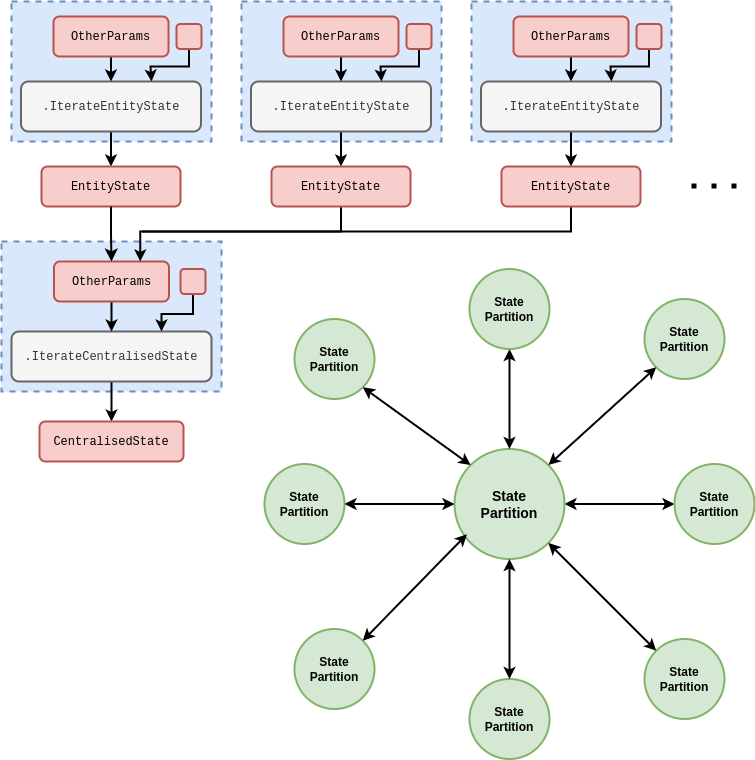
Before: assets/dexetera/dexetera-star-state-partition-graph.drawio.png, a diagram exported from draw.io (umbralcalc/umbralcalc.github.io). Source tidied: cells renumbered, new cells last; positions are measured from the earlier drawing's top-left corner, leaving out a move shared by most shapes.
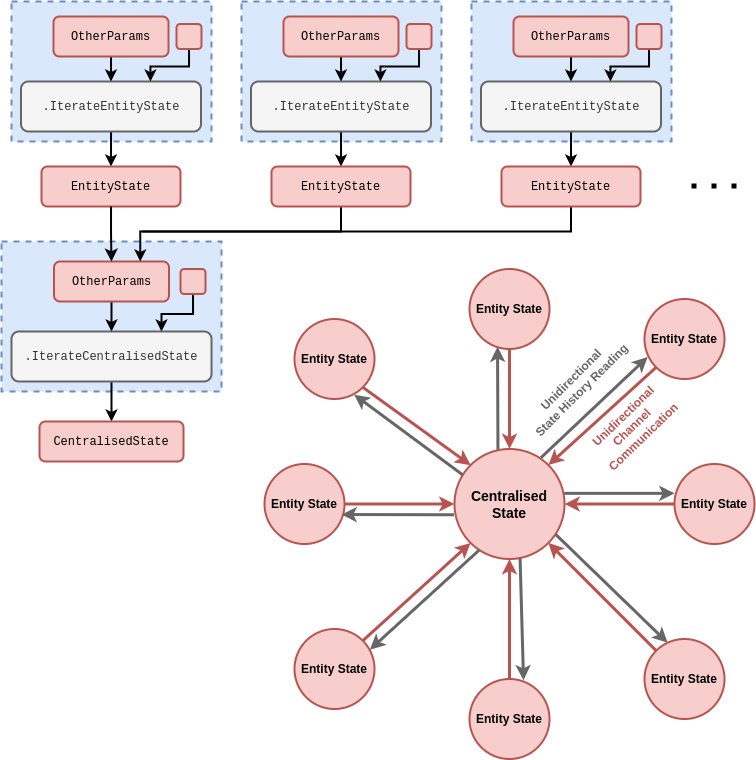
The same diagram one commit later.

Commit message:
Updated the graph computations

Diff of the diagram source:
```diff
@@ -2,55 +2,55 @@
   <root>
     <mxCell id="0" />
     <mxCell id="1" parent="0" />
-    <mxCell id="2" style="edgeStyle=orthogonalEdgeStyle;rounded=0;jettySize=auto;html=1;entryX=0;entryY=0.5;entryDx=0;entryDy=0;strokeWidth=2;startArrow=classic;startFill=1;" parent="1" edge="1" source="3" target="18">
+    <mxCell id="2" style="edgeStyle=orthogonalEdgeStyle;rounded=0;jettySize=auto;html=1;entryX=0;entryY=0.5;entryDx=0;entryDy=0;strokeWidth=3;startArrow=classic;startFill=1;endArrow=none;endFill=0;fillColor=#f8cecc;strokeColor=#b85450;" parent="1" edge="1" source="3" target="18">
       <mxGeometry relative="1" as="geometry" />
     </mxCell>
-    <mxCell id="3" value="&lt;b style=&quot;&quot;&gt;&lt;font style=&quot;font-size: 14px;&quot; face=&quot;Helvetica&quot;&gt;State&lt;br&gt;Partition&lt;/font&gt;&lt;/b&gt;" style="ellipse;whiteSpace=wrap;html=1;fillColor=#d5e8d4;strokeColor=#82b366;strokeWidth=2;" parent="1" vertex="1">
+    <mxCell id="3" value="&lt;span style=&quot;font-size: 14px;&quot;&gt;&lt;b&gt;Centralised&lt;/b&gt;&lt;/span&gt;&lt;div&gt;&lt;span style=&quot;font-size: 14px;&quot;&gt;&lt;b&gt;State&lt;/b&gt;&lt;/span&gt;&lt;/div&gt;" style="ellipse;whiteSpace=wrap;html=1;fillColor=#f8cecc;strokeColor=#b85450;strokeWidth=2;" parent="1" vertex="1">
       <mxGeometry x="453" y="447.5" width="110" height="110" as="geometry" />
     </mxCell>
-    <mxCell id="4" value="&lt;b style=&quot;&quot;&gt;&lt;font face=&quot;Helvetica&quot;&gt;State&lt;br&gt;Partition&lt;/font&gt;&lt;/b&gt;" style="ellipse;whiteSpace=wrap;html=1;fillColor=#d5e8d4;strokeColor=#82b366;strokeWidth=2;" parent="1" vertex="1">
+    <mxCell id="4" value="&lt;b&gt;Entity State&lt;/b&gt;" style="ellipse;whiteSpace=wrap;html=1;fillColor=#f8cecc;strokeColor=#b85450;strokeWidth=2;" parent="1" vertex="1">
       <mxGeometry x="643" y="637.5" width="80" height="80" as="geometry" />
     </mxCell>
-    <mxCell id="5" value="&lt;b style=&quot;&quot;&gt;&lt;font face=&quot;Helvetica&quot;&gt;State&lt;br&gt;Partition&lt;/font&gt;&lt;/b&gt;" style="ellipse;whiteSpace=wrap;html=1;fillColor=#d5e8d4;strokeColor=#82b366;strokeWidth=2;" parent="1" vertex="1">
+    <mxCell id="5" value="&lt;b&gt;Entity State&lt;/b&gt;" style="ellipse;whiteSpace=wrap;html=1;fillColor=#f8cecc;strokeColor=#b85450;strokeWidth=2;" parent="1" vertex="1">
       <mxGeometry x="293" y="627.5" width="80" height="80" as="geometry" />
     </mxCell>
-    <mxCell id="6" style="endArrow=classic;startArrow=classic;html=1;rounded=0;entryX=0;entryY=0;entryDx=0;entryDy=0;strokeWidth=2;exitX=1;exitY=1;exitDx=0;exitDy=0;" parent="1" edge="1" source="3" target="4">
+    <mxCell id="6" style="endArrow=none;startArrow=classic;html=1;rounded=0;entryX=0;entryY=0;entryDx=0;entryDy=0;strokeWidth=3;exitX=1;exitY=1;exitDx=0;exitDy=0;startFill=1;endFill=0;fillColor=#f8cecc;strokeColor=#b85450;" parent="1" edge="1" source="3" target="4">
       <mxGeometry relative="1" as="geometry" />
     </mxCell>
-    <mxCell id="7" style="endArrow=classic;startArrow=classic;html=1;rounded=0;entryX=0.5;entryY=0;entryDx=0;entryDy=0;strokeWidth=2;" parent="1" edge="1" source="12" target="3">
+    <mxCell id="7" style="endArrow=classic;startArrow=none;html=1;rounded=0;entryX=0.5;entryY=0;entryDx=0;entryDy=0;strokeWidth=3;startFill=0;fillColor=#f8cecc;strokeColor=#b85450;" parent="1" edge="1" source="12" target="3">
       <mxGeometry relative="1" as="geometry" />
     </mxCell>
-    <mxCell id="8" value="&lt;b style=&quot;&quot;&gt;&lt;font face=&quot;Helvetica&quot;&gt;State&lt;br&gt;Partition&lt;/font&gt;&lt;/b&gt;" style="ellipse;whiteSpace=wrap;html=1;fillColor=#d5e8d4;strokeColor=#82b366;strokeWidth=2;" parent="1" vertex="1">
+    <mxCell id="8" value="&lt;b&gt;Entity State&lt;/b&gt;" style="ellipse;whiteSpace=wrap;html=1;fillColor=#f8cecc;strokeColor=#b85450;strokeWidth=2;" parent="1" vertex="1">
       <mxGeometry x="468" y="677.5" width="80" height="80" as="geometry" />
     </mxCell>
-    <mxCell id="9" style="endArrow=classic;startArrow=classic;html=1;rounded=0;entryX=0.5;entryY=1;entryDx=0;entryDy=0;strokeWidth=2;exitX=0.5;exitY=0;exitDx=0;exitDy=0;" parent="1" edge="1" source="8" target="3">
+    <mxCell id="9" style="endArrow=classic;startArrow=none;html=1;rounded=0;entryX=0.5;entryY=1;entryDx=0;entryDy=0;strokeWidth=3;exitX=0.5;exitY=0;exitDx=0;exitDy=0;endFill=1;startFill=0;fillColor=#f8cecc;strokeColor=#b85450;" parent="1" edge="1" source="8" target="3">
       <mxGeometry relative="1" as="geometry" />
     </mxCell>
-    <mxCell id="10" value="&lt;b style=&quot;&quot;&gt;&lt;font face=&quot;Helvetica&quot;&gt;State&lt;br&gt;Partition&lt;/font&gt;&lt;/b&gt;" style="ellipse;whiteSpace=wrap;html=1;fillColor=#d5e8d4;strokeColor=#82b366;strokeWidth=2;" parent="1" vertex="1">
+    <mxCell id="10" value="&lt;b&gt;Entity State&lt;/b&gt;" style="ellipse;whiteSpace=wrap;html=1;fillColor=#f8cecc;strokeColor=#b85450;strokeWidth=2;" parent="1" vertex="1">
       <mxGeometry x="643" y="297.5" width="80" height="80" as="geometry" />
     </mxCell>
-    <mxCell id="11" value="&lt;b style=&quot;&quot;&gt;&lt;font face=&quot;Helvetica&quot;&gt;State&lt;br&gt;Partition&lt;/font&gt;&lt;/b&gt;" style="ellipse;whiteSpace=wrap;html=1;fillColor=#d5e8d4;strokeColor=#82b366;strokeWidth=2;" parent="1" vertex="1">
+    <mxCell id="11" value="&lt;b&gt;Entity State&lt;/b&gt;" style="ellipse;whiteSpace=wrap;html=1;fillColor=#f8cecc;strokeColor=#b85450;strokeWidth=2;" parent="1" vertex="1">
       <mxGeometry x="263" y="462.5" width="80" height="80" as="geometry" />
     </mxCell>
-    <mxCell id="12" value="&lt;b style=&quot;&quot;&gt;&lt;font face=&quot;Helvetica&quot;&gt;State&lt;br&gt;Partition&lt;/font&gt;&lt;/b&gt;" style="ellipse;whiteSpace=wrap;html=1;fillColor=#d5e8d4;strokeColor=#82b366;strokeWidth=2;" parent="1" vertex="1">
+    <mxCell id="12" value="&lt;b&gt;Entity State&lt;/b&gt;" style="ellipse;whiteSpace=wrap;html=1;fillColor=#f8cecc;strokeColor=#b85450;strokeWidth=2;" parent="1" vertex="1">
       <mxGeometry x="468" y="267.5" width="80" height="80" as="geometry" />
     </mxCell>
-    <mxCell id="13" style="endArrow=classic;startArrow=classic;html=1;rounded=0;entryX=1;entryY=0;entryDx=0;entryDy=0;strokeWidth=2;exitX=0;exitY=1;exitDx=0;exitDy=0;" parent="1" edge="1" source="10" target="3">
+    <mxCell id="13" style="endArrow=classic;startArrow=none;html=1;rounded=0;entryX=1;entryY=0;entryDx=0;entryDy=0;strokeWidth=3;exitX=0;exitY=1;exitDx=0;exitDy=0;startFill=0;fillColor=#f8cecc;strokeColor=#b85450;" parent="1" edge="1" source="10" target="3">
       <mxGeometry relative="1" as="geometry" />
     </mxCell>
-    <mxCell id="14" style="endArrow=classic;startArrow=classic;html=1;rounded=0;entryX=0;entryY=0.5;entryDx=0;entryDy=0;strokeWidth=2;" parent="1" edge="1" source="11" target="3">
+    <mxCell id="14" style="endArrow=classic;startArrow=none;html=1;rounded=0;entryX=0;entryY=0.5;entryDx=0;entryDy=0;strokeWidth=3;startFill=0;fillColor=#f8cecc;strokeColor=#b85450;" parent="1" edge="1" source="11" target="3">
       <mxGeometry relative="1" as="geometry" />
     </mxCell>
-    <mxCell id="15" value="&lt;b style=&quot;&quot;&gt;&lt;font face=&quot;Helvetica&quot;&gt;State&lt;br&gt;Partition&lt;/font&gt;&lt;/b&gt;" style="ellipse;whiteSpace=wrap;html=1;fillColor=#d5e8d4;strokeColor=#82b366;strokeWidth=2;" parent="1" vertex="1">
+    <mxCell id="15" value="&lt;b&gt;Entity State&lt;/b&gt;" style="ellipse;whiteSpace=wrap;html=1;fillColor=#f8cecc;strokeColor=#b85450;strokeWidth=2;" parent="1" vertex="1">
       <mxGeometry x="293" y="317.5" width="80" height="80" as="geometry" />
     </mxCell>
-    <mxCell id="16" style="endArrow=classic;startArrow=classic;html=1;rounded=0;entryX=1;entryY=0;entryDx=0;entryDy=0;strokeWidth=2;exitX=0.113;exitY=0.775;exitDx=0;exitDy=0;exitPerimeter=0;" parent="1" edge="1" source="3" target="5">
+    <mxCell id="16" style="endArrow=none;startArrow=classic;html=1;rounded=0;entryX=1;entryY=0;entryDx=0;entryDy=0;strokeWidth=3;exitX=0;exitY=1;exitDx=0;exitDy=0;startFill=1;endFill=0;fillColor=#f8cecc;strokeColor=#b85450;" parent="1" edge="1" source="3" target="5">
       <mxGeometry relative="1" as="geometry" />
     </mxCell>
-    <mxCell id="17" style="endArrow=classic;startArrow=classic;html=1;rounded=0;entryX=0;entryY=0;entryDx=0;entryDy=0;strokeWidth=2;exitX=1;exitY=1;exitDx=0;exitDy=0;" parent="1" edge="1" source="15" target="3">
+    <mxCell id="17" style="endArrow=classic;startArrow=none;html=1;rounded=0;entryX=0;entryY=0;entryDx=0;entryDy=0;strokeWidth=3;exitX=1;exitY=1;exitDx=0;exitDy=0;startFill=0;fillColor=#f8cecc;strokeColor=#b85450;" parent="1" edge="1" source="15" target="3">
       <mxGeometry relative="1" as="geometry" />
     </mxCell>
-    <mxCell id="18" value="&lt;b style=&quot;&quot;&gt;&lt;font face=&quot;Helvetica&quot;&gt;State&lt;br&gt;Partition&lt;/font&gt;&lt;/b&gt;" style="ellipse;whiteSpace=wrap;html=1;fillColor=#d5e8d4;strokeColor=#82b366;strokeWidth=2;" parent="1" vertex="1">
+    <mxCell id="18" value="&lt;b&gt;Entity State&lt;/b&gt;" style="ellipse;whiteSpace=wrap;html=1;fillColor=#f8cecc;strokeColor=#b85450;strokeWidth=2;" parent="1" vertex="1">
       <mxGeometry x="673" y="462.5" width="80" height="80" as="geometry" />
     </mxCell>
     <mxCell id="19" style="rounded=0;whiteSpace=wrap;html=1;dashed=1;strokeWidth=2;fillColor=#dae8fc;strokeColor=#6c8ebf;" parent="1" vertex="1">
@@ -196,5 +196,55 @@
         <mxPoint x="740" y="184.5" as="targetPoint" />
       </mxGeometry>
     </mxCell>
+    <mxCell id="55" style="endArrow=classic;startArrow=none;html=1;rounded=0;strokeWidth=3;startFill=0;fillColor=#f5f5f5;strokeColor=#666666;exitX=-0.005;exitY=0.598;exitDx=0;exitDy=0;exitPerimeter=0;" parent="1" edge="1" source="3">
+      <mxGeometry relative="1" as="geometry">
+        <mxPoint x="340" y="513" as="targetPoint" />
+      </mxGeometry>
+    </mxCell>
+    <mxCell id="56" style="endArrow=classic;startArrow=none;html=1;rounded=0;strokeWidth=3;startFill=0;fillColor=#f5f5f5;strokeColor=#666666;exitX=0.197;exitY=0.91;exitDx=0;exitDy=0;exitPerimeter=0;entryX=0.943;entryY=0.258;entryDx=0;entryDy=0;entryPerimeter=0;" parent="1" edge="1" target="5">
+      <mxGeometry relative="1" as="geometry">
+        <mxPoint x="477.7" y="548.6" as="sourcePoint" />
+      </mxGeometry>
+    </mxCell>
+    <mxCell id="57" style="endArrow=classic;startArrow=none;html=1;rounded=0;strokeWidth=3;startFill=0;fillColor=#f5f5f5;strokeColor=#666666;exitX=0.587;exitY=0.982;exitDx=0;exitDy=0;exitPerimeter=0;entryX=0.663;entryY=0.004;entryDx=0;entryDy=0;entryPerimeter=0;" parent="1" edge="1">
+      <mxGeometry relative="1" as="geometry">
+        <mxPoint x="518.6" y="556.5" as="sourcePoint" />
+        <mxPoint x="522" y="678.8" as="targetPoint" />
+      </mxGeometry>
+    </mxCell>
+    <mxCell id="58" style="endArrow=classic;startArrow=none;html=1;rounded=0;strokeWidth=3;startFill=0;fillColor=#f5f5f5;strokeColor=#666666;exitX=0.882;exitY=0.775;exitDx=0;exitDy=0;exitPerimeter=0;entryX=0.239;entryY=0.047;entryDx=0;entryDy=0;entryPerimeter=0;" parent="1" edge="1">
+      <mxGeometry relative="1" as="geometry">
+        <mxPoint x="554" y="532.8" as="sourcePoint" />
+        <mxPoint x="666.1" y="641.3" as="targetPoint" />
+      </mxGeometry>
+    </mxCell>
+    <mxCell id="59" style="endArrow=classic;startArrow=none;html=1;rounded=0;strokeWidth=3;startFill=0;fillColor=#f5f5f5;strokeColor=#666666;exitX=0.997;exitY=0.385;exitDx=0;exitDy=0;exitPerimeter=0;entryX=0;entryY=0.342;entryDx=0;entryDy=0;entryPerimeter=0;" parent="1" edge="1">
+      <mxGeometry relative="1" as="geometry">
+        <mxPoint x="562.7" y="491.9" as="sourcePoint" />
+        <mxPoint x="673" y="491.9" as="targetPoint" />
+      </mxGeometry>
+    </mxCell>
+    <mxCell id="60" style="endArrow=classic;startArrow=none;html=1;rounded=0;strokeWidth=3;startFill=0;fillColor=#f5f5f5;strokeColor=#666666;exitX=0.795;exitY=0.079;exitDx=0;exitDy=0;exitPerimeter=0;entryX=0.039;entryY=0.726;entryDx=0;entryDy=0;entryPerimeter=0;" parent="1" edge="1" target="10">
+      <mxGeometry relative="1" as="geometry">
+        <mxPoint x="539.5" y="456.2" as="sourcePoint" />
+      </mxGeometry>
+    </mxCell>
+    <mxCell id="61" style="endArrow=classic;startArrow=none;html=1;rounded=0;strokeWidth=3;startFill=0;fillColor=#f5f5f5;strokeColor=#666666;entryX=0.313;entryY=0.958;entryDx=0;entryDy=0;entryPerimeter=0;exitX=0.395;exitY=-0.003;exitDx=0;exitDy=0;exitPerimeter=0;" parent="1" edge="1">
+      <mxGeometry relative="1" as="geometry">
+        <mxPoint x="496.5" y="448.2" as="sourcePoint" />
+        <mxPoint x="496" y="345.1" as="targetPoint" />
+      </mxGeometry>
+    </mxCell>
+    <mxCell id="62" style="endArrow=classic;startArrow=none;html=1;rounded=0;strokeWidth=3;startFill=0;fillColor=#f5f5f5;strokeColor=#666666;exitX=0.073;exitY=0.234;exitDx=0;exitDy=0;exitPerimeter=0;entryX=0.771;entryY=0.933;entryDx=0;entryDy=0;entryPerimeter=0;" parent="1" edge="1" source="3">
+      <mxGeometry relative="1" as="geometry">
+        <mxPoint x="352.7" y="393.1" as="targetPoint" />
+      </mxGeometry>
+    </mxCell>
+    <mxCell id="63" value="&lt;div&gt;&lt;font color=&quot;#b85450&quot;&gt;&lt;b&gt;Unidirectional&lt;br&gt;&lt;/b&gt;&lt;/font&gt;&lt;div&gt;&lt;b&gt;&lt;font color=&quot;#b85450&quot;&gt;Channel&amp;nbsp;&lt;/font&gt;&lt;/b&gt;&lt;/div&gt;&lt;div&gt;&lt;b&gt;&lt;font color=&quot;#b85450&quot;&gt;Communication&lt;/font&gt;&lt;/b&gt;&lt;/div&gt;&lt;/div&gt;" style="text;html=1;align=center;verticalAlign=middle;whiteSpace=wrap;rounded=0;rotation=316;" parent="1" vertex="1">
+      <mxGeometry x="558" y="410" width="148" height="30" as="geometry" />
+    </mxCell>
+    <mxCell id="64" value="&lt;div&gt;&lt;b style=&quot;background-color: initial;&quot;&gt;&lt;font color=&quot;#666666&quot;&gt;Unidirectional&lt;/font&gt;&lt;/b&gt;&lt;br&gt;&lt;/div&gt;&lt;div&gt;&lt;b&gt;&lt;font color=&quot;#666666&quot;&gt;State History&amp;nbsp;&lt;/font&gt;&lt;/b&gt;&lt;b style=&quot;background-color: initial;&quot;&gt;&lt;font color=&quot;#666666&quot;&gt;Reading&lt;/font&gt;&lt;/b&gt;&lt;/div&gt;" style="text;html=1;align=center;verticalAlign=middle;whiteSpace=wrap;rounded=0;rotation=-45;" parent="1" vertex="1">
+      <mxGeometry x="490.5" y="367.5" width="169.5" height="30" as="geometry" />
+    </mxCell>
   </root>
 </mxGraphModel>
```
